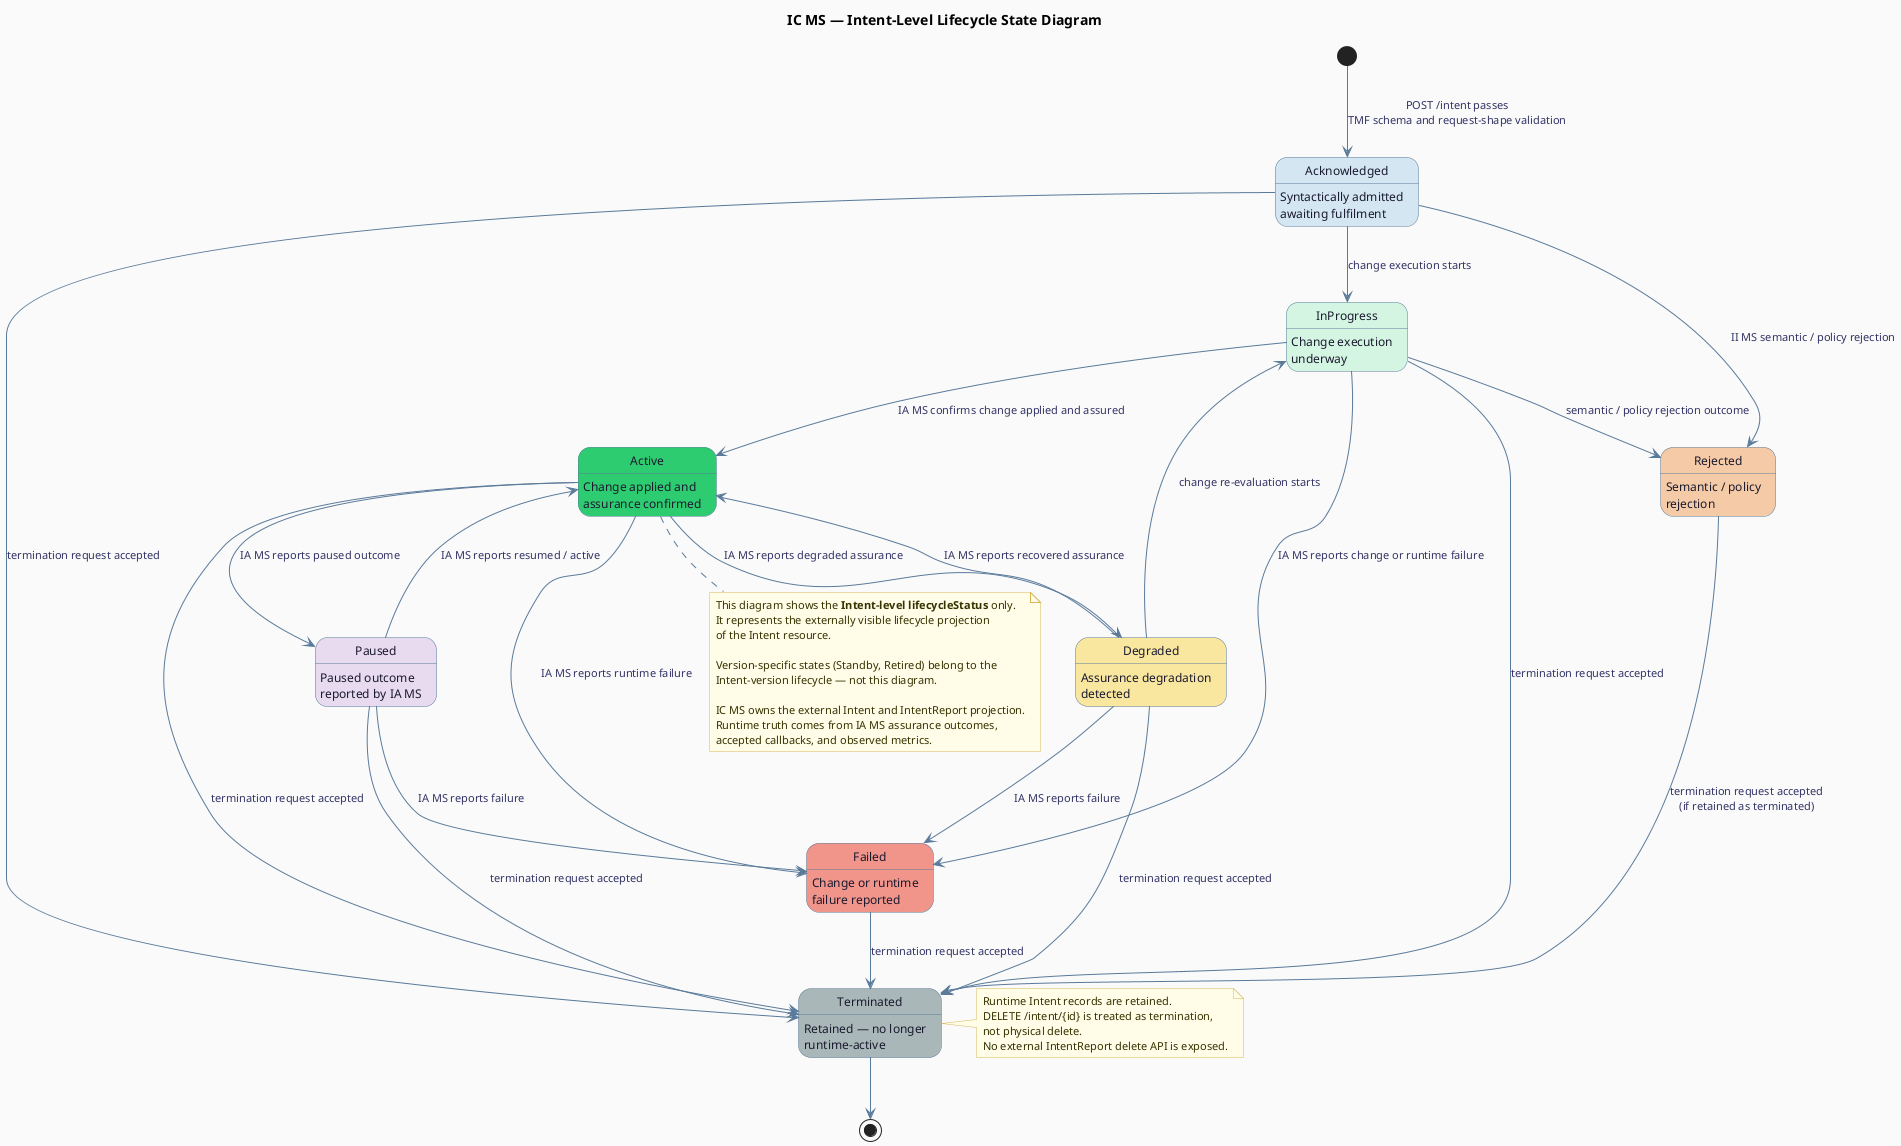
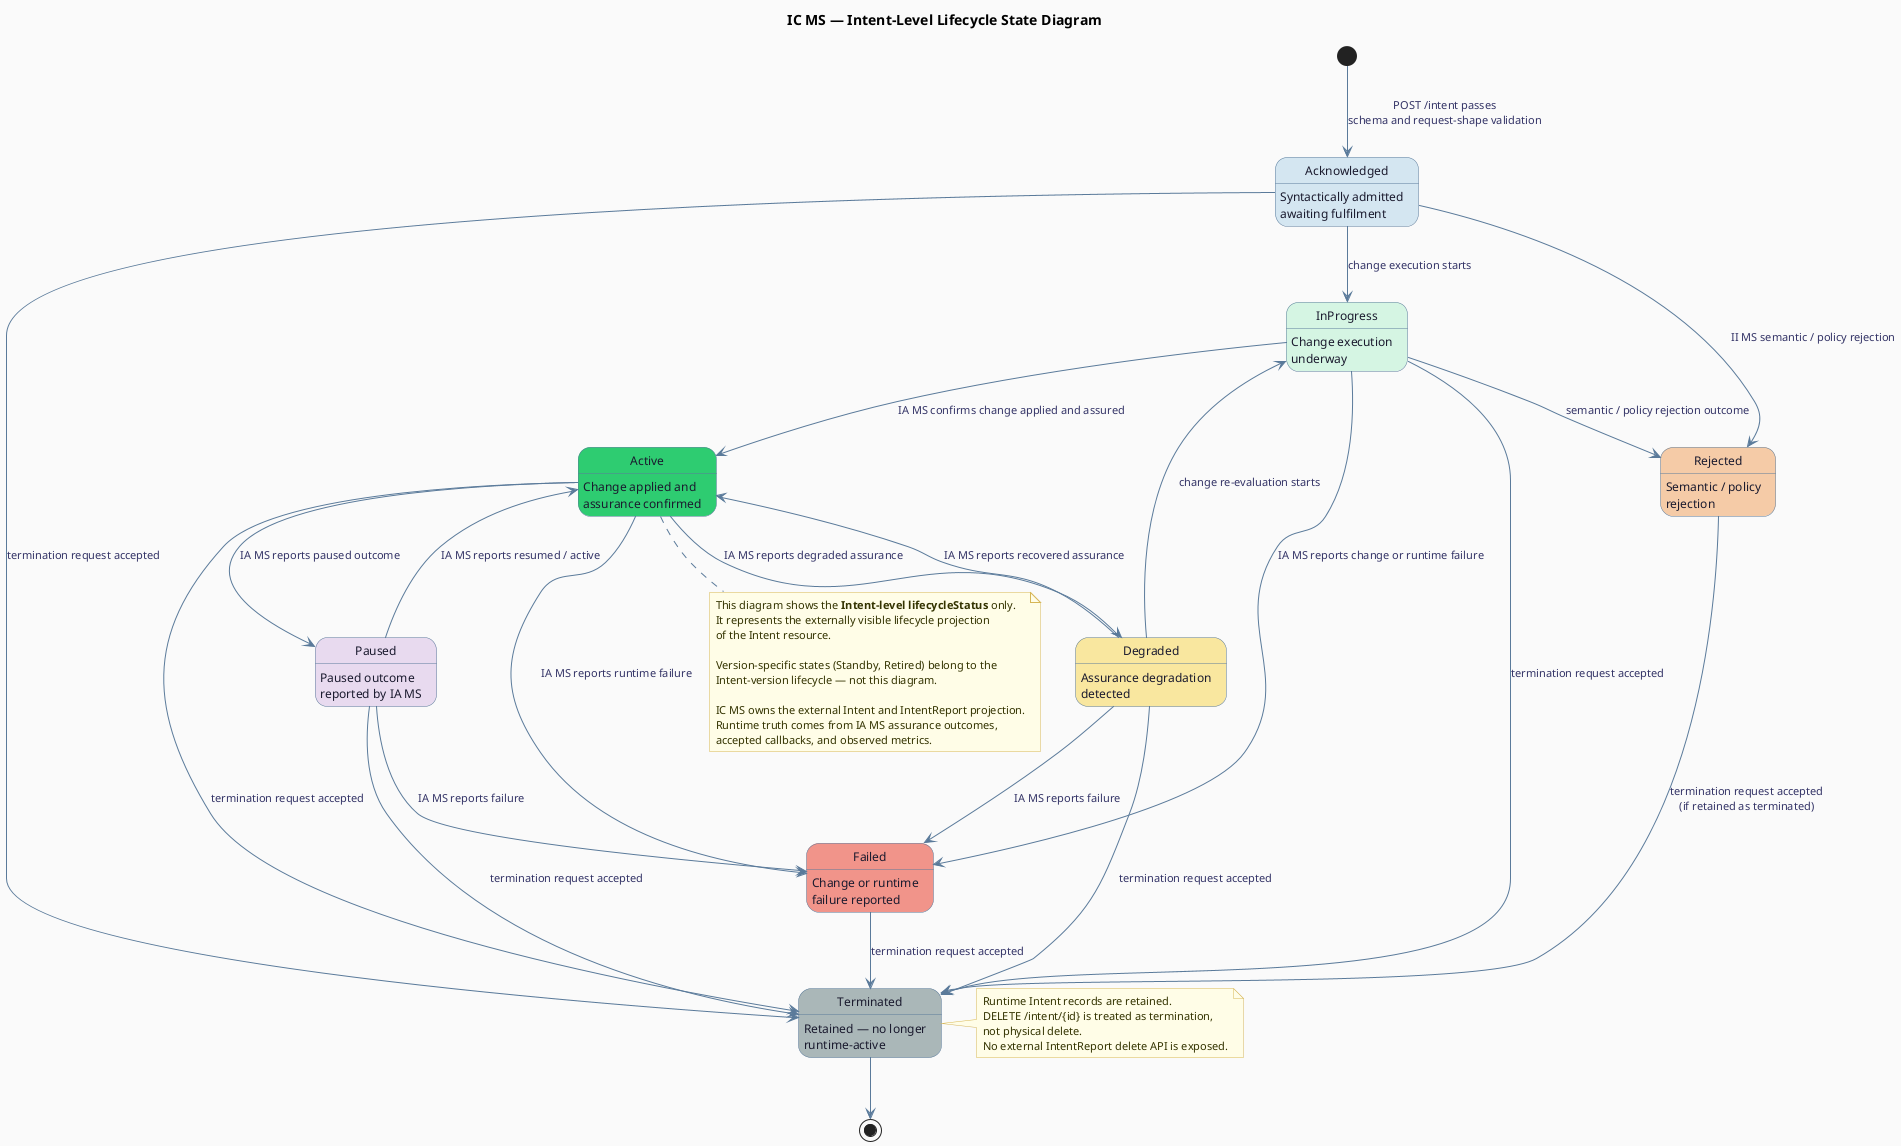
@startuml
' IC MS — Intent-Level Lifecycle State Diagram

hide empty description
skinparam shadowing false
skinparam backgroundColor #FAFAFA

skinparam state {
  BackgroundColor #FFFFFF
  BorderColor #5a7a9a
  FontSize 12
  FontColor #1a1a2e
  ArrowColor #5a7a9a
  ArrowFontSize 11
  ArrowFontColor #333366
}

skinparam note {
  BackgroundColor #fffde7
  BorderColor #d6b656
  FontSize 11
  FontColor #333300
}

title <b>IC MS — Intent-Level Lifecycle State Diagram</b>

' ── States ────────────────────────────────────────────────────────────────
state Acknowledged #d4e6f1 : Syntactically admitted\nawaiting fulfilment
state InProgress   #d5f5e3 : Change execution\nunderway
state Active       #2ecc71 : Change applied and\nassurance confirmed
state Degraded     #f9e79f : Assurance degradation\ndetected
state Paused       #e8daef : Paused outcome\nreported by IA MS
state Failed       #f1948a : Change or runtime\nfailure reported
state Rejected     #f5cba7 : Semantic / policy\nrejection
state Terminated   #aab7b8 : Retained — no longer\nruntime-active

' ── Entry ─────────────────────────────────────────────────────────────────
- [*] --> Acknowledged : POST /intent passes\nTMF schema and request-shape validation
+ [*] --> Acknowledged : POST /intent passes\nschema and request-shape validation

' ── Acknowledged ──────────────────────────────────────────────────────────
Acknowledged --> InProgress : change execution starts
Acknowledged --> Rejected   : II MS semantic / policy rejection
Acknowledged --> Terminated : termination request accepted

' ── InProgress ────────────────────────────────────────────────────────────
InProgress --> Active     : IA MS confirms change applied and assured
InProgress --> Failed     : IA MS reports change or runtime failure
InProgress --> Rejected   : semantic / policy rejection outcome
InProgress --> Terminated : termination request accepted

' ── Active ────────────────────────────────────────────────────────────────
Active --> Degraded   : IA MS reports degraded assurance
Active --> Paused     : IA MS reports paused outcome
Active --> Failed     : IA MS reports runtime failure
Active --> Terminated : termination request accepted

' ── Degraded ──────────────────────────────────────────────────────────────
Degraded --> Active     : IA MS reports recovered assurance
Degraded --> InProgress : change re-evaluation starts
Degraded --> Failed     : IA MS reports failure
Degraded --> Terminated : termination request accepted

' ── Paused ────────────────────────────────────────────────────────────────
Paused --> Active     : IA MS reports resumed / active
Paused --> Failed     : IA MS reports failure
Paused --> Terminated : termination request accepted

' ── Terminal ──────────────────────────────────────────────────────────────
Failed    --> Terminated : termination request accepted
Rejected  --> Terminated : termination request accepted\n(if retained as terminated)

Terminated --> [*]

' ── Notes ─────────────────────────────────────────────────────────────────
note right of Terminated
  Runtime Intent records are retained.
  DELETE /intent/{id} is treated as termination,
  not physical delete.
  No external IntentReport delete API is exposed.
end note

note bottom of Active
  This diagram shows the <b>Intent-level lifecycleStatus</b> only.
  It represents the externally visible lifecycle projection
  of the Intent resource.

  Version-specific states (Standby, Retired) belong to the
  Intent-version lifecycle — not this diagram.

  IC MS owns the external Intent and IntentReport projection.
  Runtime truth comes from IA MS assurance outcomes,
  accepted callbacks, and observed metrics.
end note

@enduml